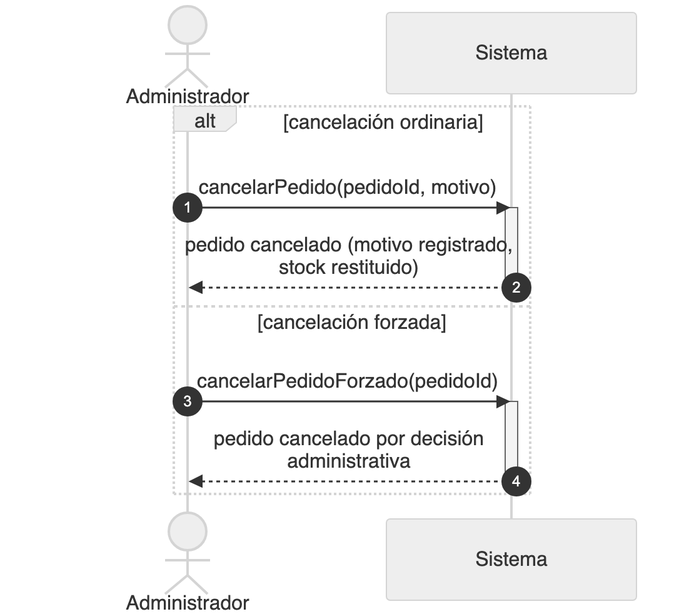
Above: diagramas/png/DSS_CU-010_Cancelar-Pedido.png in Nahuelito-Dev/splg-docs (Mermaid), before the change. Its source is kept beside it as diagramas/DSS_CU-010_Cancelar-Pedido.mmd.
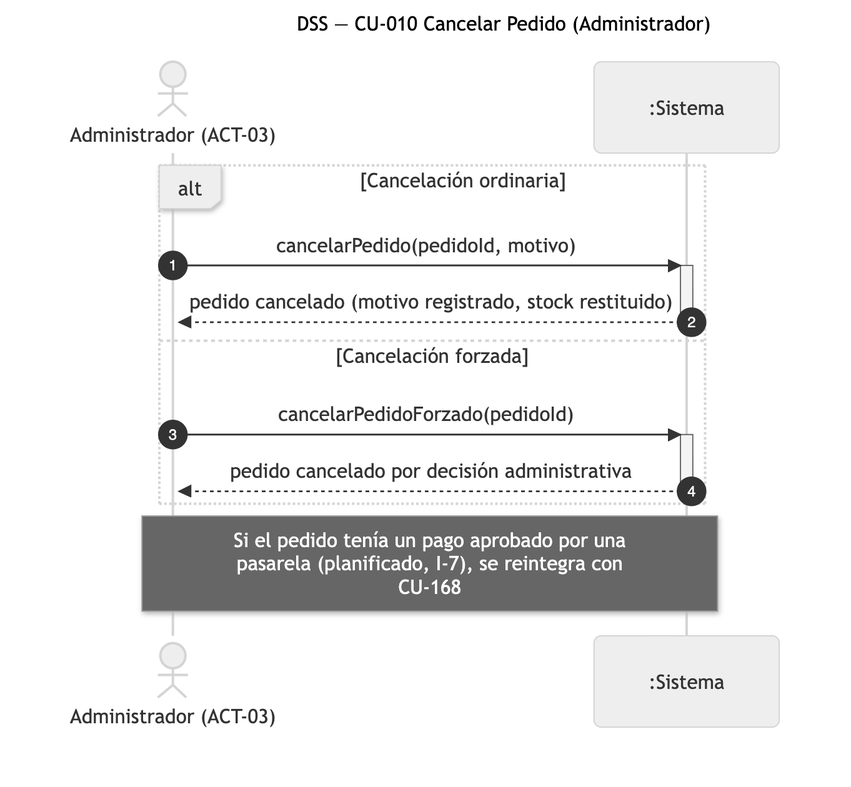
The same file after the commit.

The edit, as a diff of the source:
```diff
@@ -1,17 +1,18 @@
 sequenceDiagram
-    title DSS — CU-010 Cancelar Pedido
+    title DSS — CU-010 Cancelar Pedido (Administrador)
     autonumber
-    actor ADM as Administrador
-    participant SIS as Sistema
+    actor ADM as Administrador (ACT-03)
+    participant SIS as :Sistema
 
-    alt cancelación ordinaria
+    alt Cancelación ordinaria
         ADM->>SIS: cancelarPedido(pedidoId, motivo)
         activate SIS
         SIS-->>ADM: pedido cancelado (motivo registrado, stock restituido)
         deactivate SIS
-    else cancelación forzada
+    else Cancelación forzada
         ADM->>SIS: cancelarPedidoForzado(pedidoId)
         activate SIS
         SIS-->>ADM: pedido cancelado por decisión administrativa
         deactivate SIS
     end
+    Note over ADM,SIS: Si el pedido tenía un pago aprobado por una<br/>pasarela (planificado, I-7), se reintegra con<br/>CU-168
```
